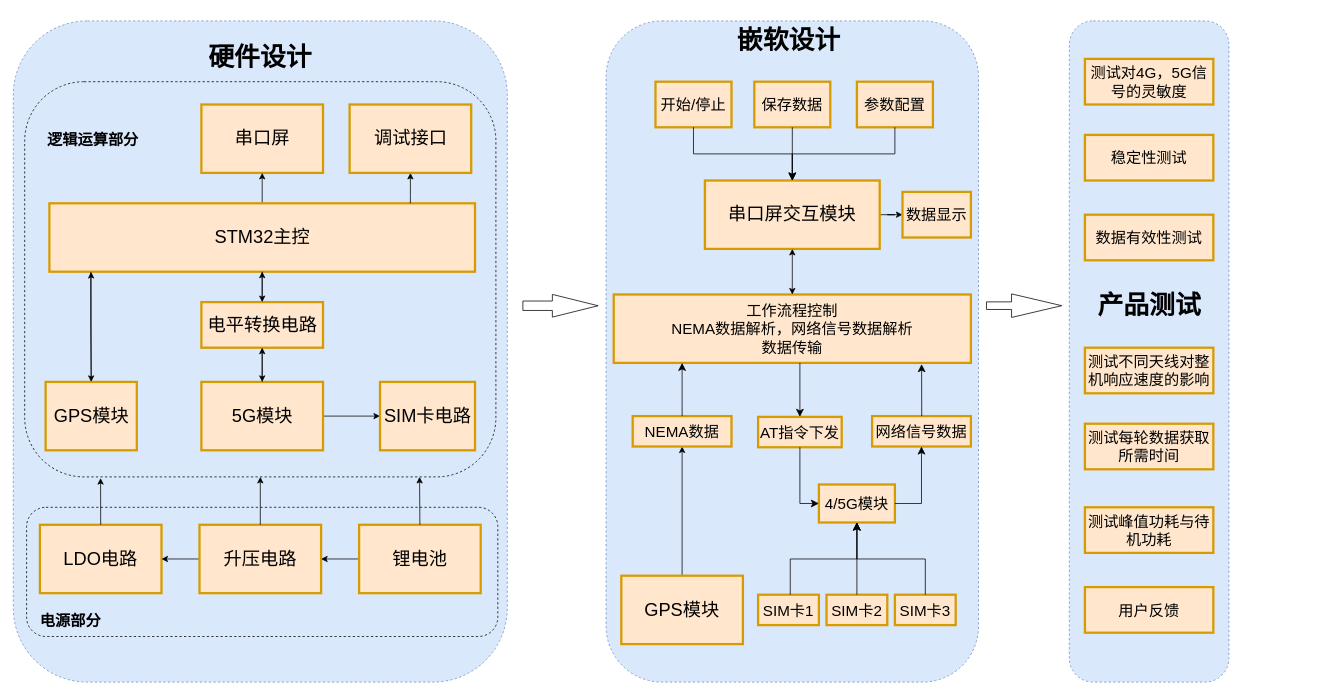
The draw.io diagram 三网框图.drawio in wugfh/my_drawio, before the edit. Source tidied: cells renumbered, new cells numbered last; positions are measured from the earlier drawing's top-left corner, leaving out a move shared by most shapes. Both pictures are drawn from the tidied source at 76%, with x=0, y=0 at pixel (13, 21).
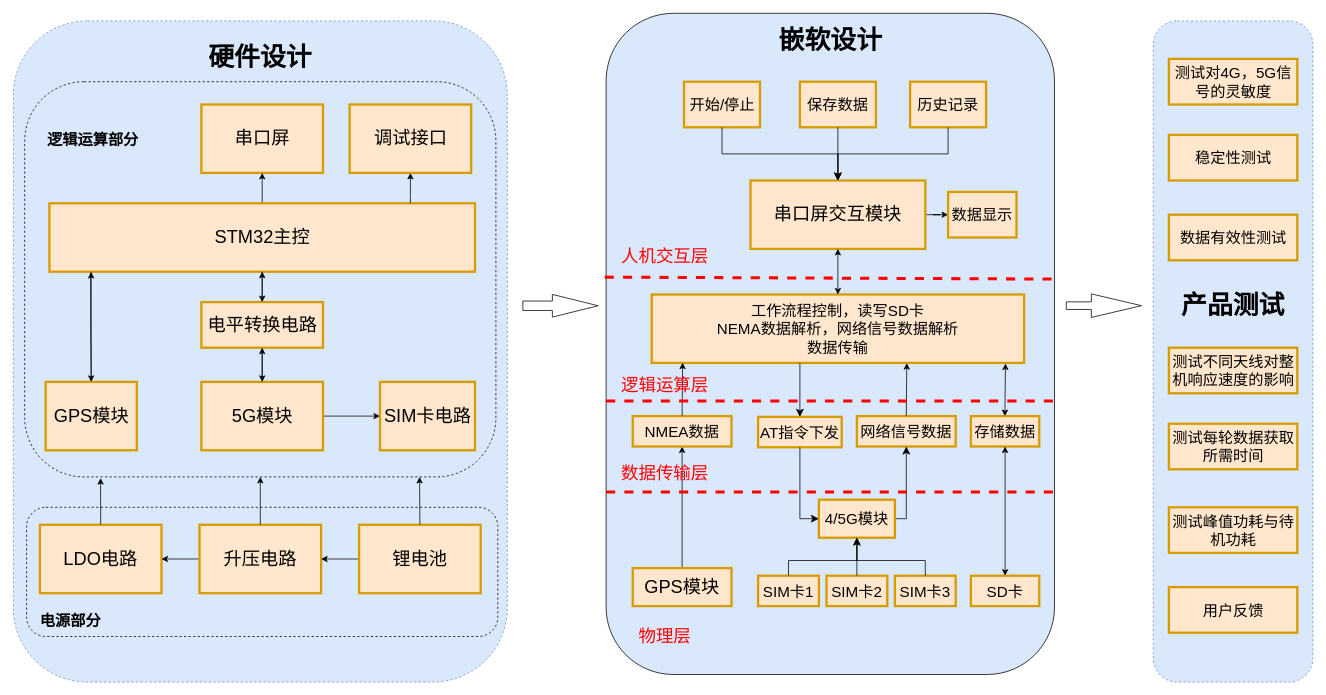
Above is the later version.

Commit message:
更新三网框图.drawio

The change refers to these unchanged cells:
```xml
<mxCell id="17" value="&lt;font style=&quot;font-size: 20px;&quot;&gt;AT指令下发&lt;/font&gt;" style="rounded=0;whiteSpace=wrap;html=1;strokeWidth=3;fillColor=#ffe6cc;strokeColor=#d79b00;" parent="1" vertex="1">
  <mxGeometry x="980" y="521" width="110" height="40" as="geometry" />
</mxCell>
```

Change to the diagram source:
```diff
@@
     <mxCell id="2" value="&lt;span style=&quot;font-size: 34px;&quot;&gt;&lt;b&gt;产品测试&lt;/b&gt;&lt;/span&gt;&lt;div&gt;&lt;span style=&quot;font-size: 34px;&quot;&gt;&lt;b&gt;&lt;br&gt;&lt;/b&gt;&lt;/span&gt;&lt;/div&gt;&lt;div&gt;&lt;span style=&quot;font-size: 34px;&quot;&gt;&lt;b&gt;&lt;br&gt;&lt;/b&gt;&lt;/span&gt;&lt;/div&gt;&lt;div&gt;&lt;span style=&quot;font-size: 34px;&quot;&gt;&lt;b&gt;&lt;br&gt;&lt;/b&gt;&lt;/span&gt;&lt;/div&gt;" style="rounded=1;whiteSpace=wrap;html=1;dashed=1;align=center;fillColor=#dae8fc;strokeColor=#6c8ebf;" parent="1" vertex="1">
-      <mxGeometry x="1389.5" width="210" height="870" as="geometry" />
+      <mxGeometry x="1500" width="210" height="870" as="geometry" />
     </mxCell>
-    <mxCell id="3" style="rounded=1;whiteSpace=wrap;html=1;dashed=1;align=left;fillColor=#dae8fc;strokeColor=#6c8ebf;" parent="1" vertex="1">
-      <mxGeometry x="780" width="490" height="870" as="geometry" />
+    <mxCell id="3" style="rounded=1;whiteSpace=wrap;html=1;align=left;fillColor=#dae8fc;strokeColor=default;perimeterSpacing=0;" parent="1" vertex="1">
+      <mxGeometry x="780" y="-10" width="590" height="870" as="geometry" />
     </mxCell>
@@
-    <mxCell id="14" value="&lt;font style=&quot;font-size: 20px;&quot;&gt;4/5G模块&lt;/font&gt;" style="rounded=0;whiteSpace=wrap;html=1;strokeWidth=3;fillColor=#ffe6cc;strokeColor=#d79b00;" parent="1" vertex="1">
-      <mxGeometry x="1060" y="610" width="100" height="50" as="geometry" />
-    </mxCell>
@@
     <mxCell id="16" value="&lt;font style=&quot;font-size: 24px;&quot;&gt;串口屏交互模块&lt;/font&gt;" style="rounded=0;whiteSpace=wrap;html=1;strokeWidth=3;fillColor=#ffe6cc;strokeColor=#d79b00;" parent="1" vertex="1">
-      <mxGeometry x="910" y="210" width="230" height="90" as="geometry" />
+      <mxGeometry x="970" y="210" width="230" height="90" as="geometry" />
     </mxCell>
@@
-    <mxCell id="18" value="&lt;font style=&quot;font-size: 20px;&quot;&gt;工作流程控制&lt;/font&gt;&lt;div&gt;&lt;span style=&quot;font-size: 20px;&quot;&gt;NEMA数据解析，&lt;/span&gt;&lt;span style=&quot;font-size: 20px; background-color: initial;&quot;&gt;网络信号数据解析&lt;/span&gt;&lt;/div&gt;&lt;div&gt;&lt;span style=&quot;font-size: 20px; background-color: initial;&quot;&gt;数据传输&lt;/span&gt;&lt;/div&gt;" style="rounded=0;whiteSpace=wrap;html=1;strokeWidth=3;fillColor=#ffe6cc;strokeColor=#d79b00;" parent="1" vertex="1">
-      <mxGeometry x="790" y="360" width="470" height="90" as="geometry" />
+    <mxCell id="18" value="&lt;font style=&quot;font-size: 20px;&quot;&gt;工作流程控制，读写SD卡&lt;/font&gt;&lt;div&gt;&lt;span style=&quot;font-size: 20px;&quot;&gt;NEMA数据解析，&lt;/span&gt;&lt;span style=&quot;font-size: 20px; background-color: initial;&quot;&gt;网络信号数据解析&lt;/span&gt;&lt;/div&gt;&lt;div&gt;&lt;span style=&quot;font-size: 20px; background-color: initial;&quot;&gt;数据传输&lt;/span&gt;&lt;/div&gt;" style="rounded=0;whiteSpace=wrap;html=1;strokeWidth=3;fillColor=#ffe6cc;strokeColor=#d79b00;" parent="1" vertex="1">
+      <mxGeometry x="840" y="360" width="490" height="90" as="geometry" />
     </mxCell>
@@
     <mxCell id="20" value="&lt;font style=&quot;font-size: 24px;&quot;&gt;GPS模块&lt;/font&gt;" style="rounded=0;whiteSpace=wrap;html=1;strokeWidth=3;fillColor=#ffe6cc;strokeColor=#d79b00;" parent="1" vertex="1">
-      <mxGeometry x="800" y="730" width="160" height="90" as="geometry" />
+      <mxGeometry x="815" y="720" width="130" height="50" as="geometry" />
     </mxCell>
@@
     <mxCell id="22" value="&lt;font style=&quot;font-size: 20px;&quot;&gt;测试对4G，5G信号的灵敏度&lt;/font&gt;" style="rounded=0;whiteSpace=wrap;html=1;strokeWidth=3;fillColor=#ffe6cc;strokeColor=#d79b00;" parent="1" vertex="1">
-      <mxGeometry x="1410" y="50" width="169" height="60" as="geometry" />
+      <mxGeometry x="1520.5" y="50" width="169" height="60" as="geometry" />
     </mxCell>
     <mxCell id="23" value="&lt;font style=&quot;font-size: 20px;&quot;&gt;稳定性测试&lt;/font&gt;" style="rounded=0;whiteSpace=wrap;html=1;strokeWidth=3;fillColor=#ffe6cc;strokeColor=#d79b00;" parent="1" vertex="1">
-      <mxGeometry x="1410" y="150" width="169" height="60" as="geometry" />
+      <mxGeometry x="1520.5" y="150" width="169" height="60" as="geometry" />
     </mxCell>
     <mxCell id="24" value="&lt;font style=&quot;font-size: 20px;&quot;&gt;测试每轮数据获取所需时间&lt;/font&gt;" style="rounded=0;whiteSpace=wrap;html=1;strokeWidth=3;fillColor=#ffe6cc;strokeColor=#d79b00;" parent="1" vertex="1">
-      <mxGeometry x="1410" y="530" width="169" height="60" as="geometry" />
+      <mxGeometry x="1520.5" y="530" width="169" height="60" as="geometry" />
     </mxCell>
     <mxCell id="25" value="&lt;font style=&quot;font-size: 20px;&quot;&gt;测试峰值功耗与待机功耗&lt;/font&gt;" style="rounded=0;whiteSpace=wrap;html=1;strokeWidth=3;fillColor=#ffe6cc;strokeColor=#d79b00;" parent="1" vertex="1">
-      <mxGeometry x="1410" y="640" width="169" height="60" as="geometry" />
+      <mxGeometry x="1520.5" y="640" width="169" height="60" as="geometry" />
     </mxCell>
     <mxCell id="26" style="shape=flexArrow;endArrow=classic;html=1;rounded=0;width=10;endSize=21.67;" parent="1" edge="1">
       <mxGeometry relative="1" as="geometry">
-        <mxPoint x="1280" y="374.7" as="sourcePoint" />
-        <mxPoint x="1380" y="374.7" as="targetPoint" />
+        <mxPoint x="1385" y="374.7" as="sourcePoint" />
+        <mxPoint x="1485" y="374.7" as="targetPoint" />
       </mxGeometry>
     </mxCell>
     <mxCell id="27" value="&lt;font style=&quot;font-size: 20px;&quot;&gt;SIM卡1&lt;/font&gt;" style="rounded=0;whiteSpace=wrap;html=1;strokeWidth=3;fillColor=#ffe6cc;strokeColor=#d79b00;" parent="1" vertex="1">
-      <mxGeometry x="980" y="755" width="80" height="40" as="geometry" />
+      <mxGeometry x="980" y="730" width="80" height="40" as="geometry" />
     </mxCell>
     <mxCell id="28" value="&lt;font style=&quot;font-size: 20px;&quot;&gt;SIM卡2&lt;/font&gt;" style="rounded=0;whiteSpace=wrap;html=1;strokeWidth=3;fillColor=#ffe6cc;strokeColor=#d79b00;" parent="1" vertex="1">
-      <mxGeometry x="1070" y="755" width="80" height="40" as="geometry" />
+      <mxGeometry x="1070" y="730" width="80" height="40" as="geometry" />
     </mxCell>
     <mxCell id="29" value="&lt;font style=&quot;font-size: 20px;&quot;&gt;SIM卡3&lt;/font&gt;" style="rounded=0;whiteSpace=wrap;html=1;strokeWidth=3;fillColor=#ffe6cc;strokeColor=#d79b00;" parent="1" vertex="1">
-      <mxGeometry x="1160" y="755" width="80" height="40" as="geometry" />
+      <mxGeometry x="1160" y="730" width="80" height="40" as="geometry" />
     </mxCell>
-    <mxCell id="30" style="edgeStyle=elbowEdgeStyle;elbow=vertical;endArrow=classic;html=1;curved=0;rounded=0;endSize=8;startSize=8;exitX=0.529;exitY=0;exitDx=0;exitDy=0;exitPerimeter=0;entryX=0.5;entryY=1;entryDx=0;entryDy=0;" parent="1" edge="1" source="27" target="14">
-      <mxGeometry relative="1" as="geometry" />
-    </mxCell>
-    <mxCell id="31" style="edgeStyle=elbowEdgeStyle;elbow=vertical;endArrow=classic;html=1;curved=0;rounded=0;endSize=8;startSize=8;exitX=0.5;exitY=0;exitDx=0;exitDy=0;" parent="1" edge="1" source="29">
+    <mxCell id="31" style="edgeStyle=elbowEdgeStyle;elbow=vertical;endArrow=classic;html=1;curved=0;rounded=0;endSize=8;startSize=8;exitX=0.5;exitY=0;exitDx=0;exitDy=0;entryX=0.5;entryY=1;entryDx=0;entryDy=0;" parent="1" edge="1" source="29">
       <mxGeometry relative="1" as="geometry">
-        <mxPoint x="1110" y="660" as="targetPoint" />
+        <mxPoint x="1110" y="635" as="targetPoint" />
+        <Array as="points">
+          <mxPoint x="1160" y="710" />
+          <mxPoint x="1130" y="685" />
+          <mxPoint x="1150" y="695" />
+          <mxPoint x="1160" y="725" />
+        </Array>
       </mxGeometry>
     </mxCell>
-    <mxCell id="32" style="edgeStyle=elbowEdgeStyle;elbow=vertical;endArrow=classic;html=1;curved=0;rounded=0;endSize=8;startSize=8;exitX=0.5;exitY=0;exitDx=0;exitDy=0;" parent="1" edge="1" source="28">
-      <mxGeometry relative="1" as="geometry">
-        <mxPoint x="1110" y="660" as="targetPoint" />
-      </mxGeometry>
-    </mxCell>
-    <mxCell id="33" style="edgeStyle=segmentEdgeStyle;endArrow=classic;html=1;curved=0;rounded=0;endSize=8;startSize=8;entryX=0;entryY=0.5;entryDx=0;entryDy=0;exitX=0.5;exitY=1;exitDx=0;exitDy=0;flowAnimation=0;shadow=0;" parent="1" edge="1" source="17" target="14">
-      <mxGeometry relative="1" as="geometry">
-        <Array as="points">
-          <mxPoint x="1035" y="635" />
-        </Array>
-      </mxGeometry>
-    </mxCell>
     <mxCell id="34" value="&lt;span style=&quot;font-size: 20px;&quot;&gt;网络信号数据&lt;/span&gt;" style="rounded=0;whiteSpace=wrap;html=1;strokeWidth=3;fillColor=#ffe6cc;strokeColor=#d79b00;" parent="1" vertex="1">
-      <mxGeometry x="1130" y="520" width="130" height="40" as="geometry" />
+      <mxGeometry x="1110" y="520" width="130" height="40" as="geometry" />
     </mxCell>
@@
-    <mxCell id="37" style="edgeStyle=segmentEdgeStyle;endArrow=classic;html=1;curved=0;rounded=0;endSize=8;startSize=8;exitX=0.5;exitY=0;exitDx=0;exitDy=0;entryX=0.862;entryY=1.018;entryDx=0;entryDy=0;entryPerimeter=0;" parent="1" edge="1" target="18">
-      <mxGeometry relative="1" as="geometry">
-        <mxPoint x="1195.3" y="520" as="sourcePoint" />
-      </mxGeometry>
-    </mxCell>
-    <mxCell id="38" value="&lt;span style=&quot;font-size: 20px;&quot;&gt;NEMA数据&lt;/span&gt;" style="rounded=0;whiteSpace=wrap;html=1;strokeWidth=3;fillColor=#ffe6cc;strokeColor=#d79b00;glass=0;" parent="1" vertex="1">
+    <mxCell id="38" value="&lt;span style=&quot;font-size: 20px;&quot;&gt;NMEA数据&lt;/span&gt;" style="rounded=0;whiteSpace=wrap;html=1;strokeWidth=3;fillColor=#ffe6cc;strokeColor=#d79b00;glass=0;" parent="1" vertex="1">
       <mxGeometry x="815" y="520" width="130" height="40" as="geometry" />
     </mxCell>
-    <mxCell id="39" style="edgeStyle=elbowEdgeStyle;elbow=vertical;endArrow=classic;html=1;curved=0;rounded=0;endSize=8;startSize=8;exitX=0.5;exitY=0;exitDx=0;exitDy=0;entryX=0.192;entryY=1.003;entryDx=0;entryDy=0;entryPerimeter=0;" parent="1" edge="1" source="38" target="18">
-      <mxGeometry relative="1" as="geometry">
-        <Array as="points">
-          <mxPoint x="880" y="450" />
-        </Array>
-      </mxGeometry>
-    </mxCell>
     <mxCell id="40" value="&lt;font style=&quot;font-size: 34px;&quot;&gt;&lt;b&gt;嵌软设计&lt;/b&gt;&lt;/font&gt;" style="text;html=1;align=center;verticalAlign=middle;whiteSpace=wrap;rounded=0;" parent="1" vertex="1">
-      <mxGeometry x="927.5" y="10" width="185" height="30" as="geometry" />
+      <mxGeometry x="982.5" y="10" width="185" height="30" as="geometry" />
     </mxCell>
@@
     <mxCell id="42" value="&lt;font style=&quot;font-size: 20px;&quot;&gt;开始/停止&lt;/font&gt;" style="rounded=0;whiteSpace=wrap;html=1;strokeWidth=3;fillColor=#ffe6cc;strokeColor=#d79b00;" parent="1" vertex="1">
-      <mxGeometry x="845" y="80" width="100" height="60" as="geometry" />
+      <mxGeometry x="882.5" y="80" width="100" height="60" as="geometry" />
     </mxCell>
     <mxCell id="43" value="&lt;font style=&quot;font-size: 20px;&quot;&gt;保存数据&lt;/font&gt;" style="rounded=0;whiteSpace=wrap;html=1;strokeWidth=3;fillColor=#ffe6cc;strokeColor=#d79b00;" parent="1" vertex="1">
-      <mxGeometry x="975" y="80" width="100" height="60" as="geometry" />
+      <mxGeometry x="1035" y="80" width="100" height="60" as="geometry" />
     </mxCell>
-    <mxCell id="44" value="&lt;font style=&quot;font-size: 20px;&quot;&gt;参数配置&lt;/font&gt;" style="rounded=0;whiteSpace=wrap;html=1;strokeWidth=3;fillColor=#ffe6cc;strokeColor=#d79b00;" parent="1" vertex="1">
-      <mxGeometry x="1110" y="80" width="100" height="60" as="geometry" />
+    <mxCell id="44" value="&lt;font style=&quot;font-size: 20px;&quot;&gt;历史记录&lt;/font&gt;" style="rounded=0;whiteSpace=wrap;html=1;strokeWidth=3;fillColor=#ffe6cc;strokeColor=#d79b00;" parent="1" vertex="1">
+      <mxGeometry x="1180" y="80" width="100" height="60" as="geometry" />
     </mxCell>
@@
     <mxCell id="48" value="&lt;font size=&quot;1&quot;&gt;&lt;span style=&quot;font-size: 20px;&quot;&gt;数据显示&lt;/span&gt;&lt;/font&gt;" style="whiteSpace=wrap;html=1;fillColor=#ffe6cc;strokeColor=#d79b00;rounded=0;strokeWidth=3;" parent="1" vertex="1">
-      <mxGeometry x="1170" y="225" width="90" height="60" as="geometry" />
+      <mxGeometry x="1230" y="225" width="90" height="60" as="geometry" />
     </mxCell>
     <mxCell id="49" value="&lt;font style=&quot;font-size: 20px;&quot;&gt;数据有效性测试&lt;/font&gt;" style="rounded=0;whiteSpace=wrap;html=1;strokeWidth=3;fillColor=#ffe6cc;strokeColor=#d79b00;" parent="1" vertex="1">
-      <mxGeometry x="1410" y="255" width="169" height="60" as="geometry" />
+      <mxGeometry x="1520.5" y="255" width="169" height="60" as="geometry" />
     </mxCell>
     <mxCell id="50" value="&lt;font style=&quot;font-size: 20px;&quot;&gt;用户反馈&lt;/font&gt;" style="rounded=0;whiteSpace=wrap;html=1;strokeWidth=3;fillColor=#ffe6cc;strokeColor=#d79b00;" parent="1" vertex="1">
-      <mxGeometry x="1410" y="745" width="169" height="60" as="geometry" />
+      <mxGeometry x="1520.5" y="745" width="169" height="60" as="geometry" />
     </mxCell>
@@
     <mxCell id="68" value="&lt;font style=&quot;font-size: 20px;&quot;&gt;测试不同天线对整机响应速度的影响&lt;/font&gt;" style="rounded=0;whiteSpace=wrap;html=1;strokeWidth=3;fillColor=#ffe6cc;strokeColor=#d79b00;" parent="1" vertex="1">
-      <mxGeometry x="1410" y="430" width="169" height="60" as="geometry" />
+      <mxGeometry x="1520.5" y="430" width="169" height="60" as="geometry" />
     </mxCell>
+    <mxCell id="69" style="endArrow=classic;html=1;rounded=0;entryX=0.083;entryY=0.996;entryDx=0;entryDy=0;entryPerimeter=0;" parent="1" edge="1" target="18">
+      <mxGeometry relative="1" as="geometry">
+        <mxPoint x="880" y="520" as="sourcePoint" />
+      </mxGeometry>
+    </mxCell>
+    <mxCell id="70" style="endArrow=classic;html=1;rounded=0;exitX=0.5;exitY=0;exitDx=0;exitDy=0;entryX=0.685;entryY=1.004;entryDx=0;entryDy=0;entryPerimeter=0;" parent="1" edge="1" source="34" target="18">
+      <mxGeometry relative="1" as="geometry" />
+    </mxCell>
+    <mxCell id="71" value="&lt;span style=&quot;font-size: 20px;&quot;&gt;SD卡&lt;/span&gt;" style="rounded=0;whiteSpace=wrap;html=1;strokeWidth=3;fillColor=#ffe6cc;strokeColor=#d79b00;" parent="1" vertex="1">
+      <mxGeometry x="1260" y="730" width="90" height="40" as="geometry" />
+    </mxCell>
+    <mxCell id="72" value="&lt;span style=&quot;font-size: 20px;&quot;&gt;存储数据&lt;/span&gt;" style="rounded=0;whiteSpace=wrap;html=1;strokeWidth=3;fillColor=#ffe6cc;strokeColor=#d79b00;" parent="1" vertex="1">
+      <mxGeometry x="1260" y="520" width="90" height="40" as="geometry" />
+    </mxCell>
+    <mxCell id="73" style="endArrow=classic;startArrow=classic;html=1;rounded=0;exitX=0.5;exitY=0;exitDx=0;exitDy=0;entryX=0.5;entryY=1;entryDx=0;entryDy=0;" parent="1" edge="1" source="71" target="72">
+      <mxGeometry relative="1" as="geometry" />
+    </mxCell>
+    <mxCell id="74" style="endArrow=classic;startArrow=classic;html=1;rounded=0;exitX=0.5;exitY=0;exitDx=0;exitDy=0;entryX=0.95;entryY=1.009;entryDx=0;entryDy=0;entryPerimeter=0;" parent="1" edge="1" target="18">
+      <mxGeometry relative="1" as="geometry">
+        <mxPoint x="1304.7" y="520" as="sourcePoint" />
+      </mxGeometry>
+    </mxCell>
+    <mxCell id="14" value="&lt;font style=&quot;font-size: 20px;&quot;&gt;4/5G模块&lt;/font&gt;" style="rounded=0;whiteSpace=wrap;html=1;strokeWidth=3;fillColor=#ffe6cc;strokeColor=#d79b00;" parent="1" vertex="1">
+      <mxGeometry x="1060" y="630" width="100" height="50" as="geometry" />
+    </mxCell>
+    <mxCell id="33" style="edgeStyle=segmentEdgeStyle;endArrow=classic;html=1;curved=0;rounded=0;endSize=8;startSize=8;exitX=0.5;exitY=1;exitDx=0;exitDy=0;entryX=0;entryY=0.5;entryDx=0;entryDy=0;" parent="1" edge="1" source="17" target="14">
+      <mxGeometry relative="1" as="geometry">
+        <Array as="points">
+          <mxPoint x="1035" y="655" />
+        </Array>
+      </mxGeometry>
+    </mxCell>
+    <mxCell id="30" style="edgeStyle=elbowEdgeStyle;elbow=vertical;endArrow=classic;html=1;curved=0;rounded=0;endSize=8;startSize=8;exitX=0.5;exitY=0;exitDx=0;exitDy=0;entryX=0.5;entryY=1;entryDx=0;entryDy=0;" parent="1" edge="1" source="27" target="14">
+      <mxGeometry relative="1" as="geometry">
+        <Array as="points">
+          <mxPoint x="1070" y="710" />
+        </Array>
+      </mxGeometry>
+    </mxCell>
+    <mxCell id="75" style="endArrow=classic;html=1;rounded=0;exitX=0.5;exitY=0;exitDx=0;exitDy=0;entryX=0.5;entryY=1;entryDx=0;entryDy=0;" parent="1" edge="1" source="28" target="14">
+      <mxGeometry relative="1" as="geometry" />
+    </mxCell>
+    <mxCell id="76" style="endArrow=none;dashed=1;html=1;rounded=0;exitX=-0.003;exitY=0.399;exitDx=0;exitDy=0;exitPerimeter=0;strokeColor=#FF0000;strokeWidth=4;entryX=1.005;entryY=0.402;entryDx=0;entryDy=0;entryPerimeter=0;" parent="1" edge="1" source="3" target="3">
+      <mxGeometry relative="1" as="geometry" />
+    </mxCell>
+    <mxCell id="77" style="endArrow=none;dashed=1;html=1;rounded=0;exitX=-0.003;exitY=0.399;exitDx=0;exitDy=0;exitPerimeter=0;strokeColor=#FF0000;strokeWidth=4;entryX=1.005;entryY=0.402;entryDx=0;entryDy=0;entryPerimeter=0;" parent="1" edge="1">
+      <mxGeometry relative="1" as="geometry">
+        <mxPoint x="780" y="500" as="sourcePoint" />
+        <mxPoint x="1375" y="500" as="targetPoint" />
+      </mxGeometry>
+    </mxCell>
+    <mxCell id="78" style="endArrow=none;dashed=1;html=1;rounded=0;exitX=-0.003;exitY=0.399;exitDx=0;exitDy=0;exitPerimeter=0;strokeColor=#FF0000;strokeWidth=4;entryX=1.005;entryY=0.402;entryDx=0;entryDy=0;entryPerimeter=0;" parent="1" edge="1">
+      <mxGeometry relative="1" as="geometry">
+        <mxPoint x="780" y="620" as="sourcePoint" />
+        <mxPoint x="1375" y="620" as="targetPoint" />
+      </mxGeometry>
+    </mxCell>
+    <mxCell id="79" value="&lt;font style=&quot;font-size: 23px; color: rgb(255, 0, 0);&quot;&gt;物理层&lt;/font&gt;" style="text;html=1;align=center;verticalAlign=middle;whiteSpace=wrap;rounded=0;" parent="1" vertex="1">
+      <mxGeometry x="770" y="780" width="175" height="60" as="geometry" />
+    </mxCell>
+    <mxCell id="80" value="&lt;font style=&quot;font-size: 23px; color: rgb(255, 0, 0);&quot;&gt;数据传输层&lt;/font&gt;" style="text;html=1;align=center;verticalAlign=middle;whiteSpace=wrap;rounded=0;" parent="1" vertex="1">
+      <mxGeometry x="770" y="565" width="175" height="60" as="geometry" />
+    </mxCell>
+    <mxCell id="81" value="&lt;font style=&quot;font-size: 23px; color: rgb(255, 0, 0);&quot;&gt;逻辑运算层&lt;/font&gt;" style="text;html=1;align=center;verticalAlign=middle;whiteSpace=wrap;rounded=0;" parent="1" vertex="1">
+      <mxGeometry x="770" y="450" width="175" height="60" as="geometry" />
+    </mxCell>
+    <mxCell id="82" value="&lt;font style=&quot;font-size: 23px; color: rgb(255, 0, 0);&quot;&gt;人机交互层&lt;/font&gt;" style="text;html=1;align=center;verticalAlign=middle;whiteSpace=wrap;rounded=0;" parent="1" vertex="1">
+      <mxGeometry x="770" y="280" width="175" height="60" as="geometry" />
+    </mxCell>
```
